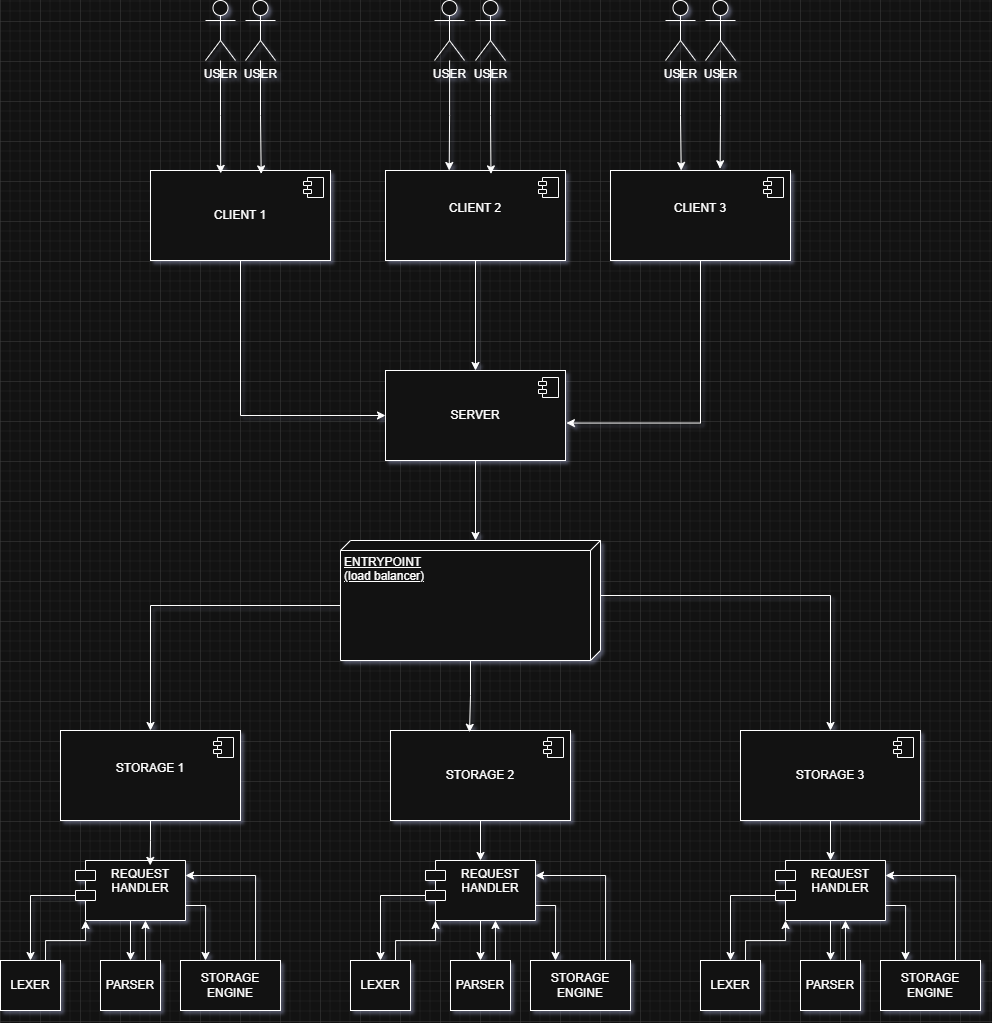
Before: docs/Архитектура.png, a diagram exported from draw.io (liptonMartin/mini_db). Source tidied: cells renumbered, new cells last; positions are measured from the earlier drawing's top-left corner, leaving out a move shared by most shapes.
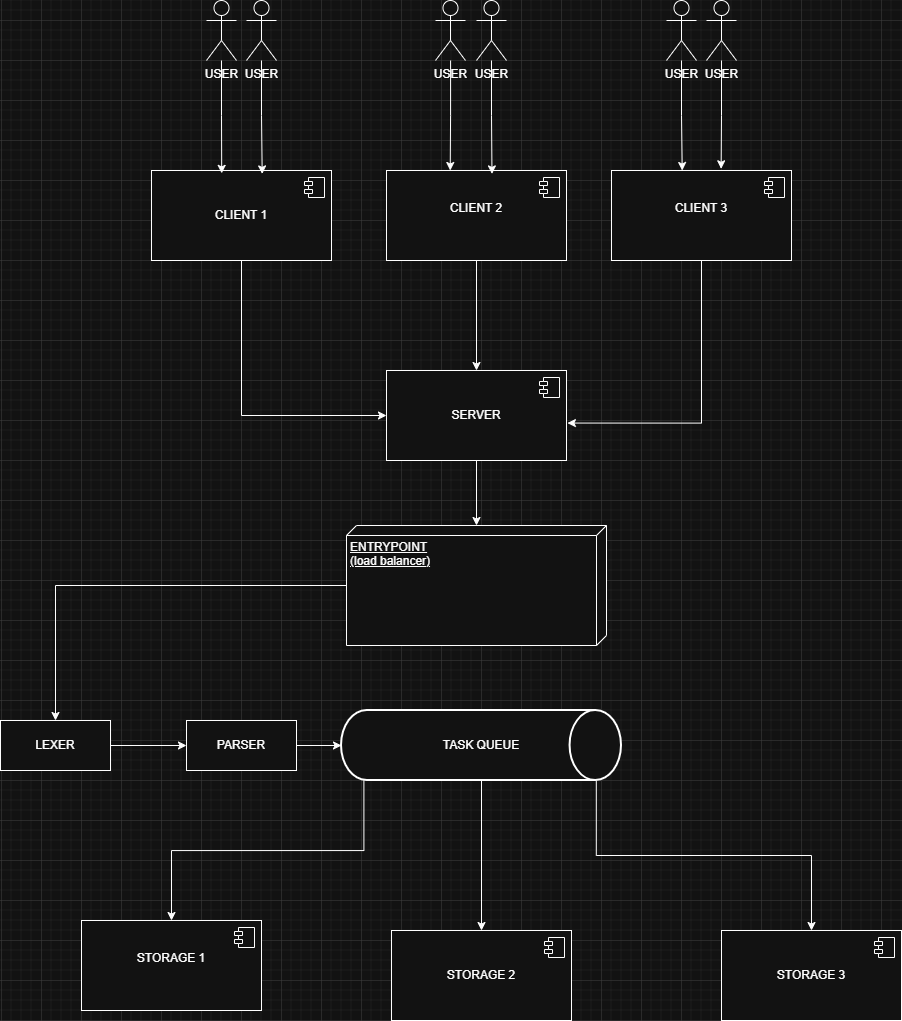
The same diagram one commit later.

The edit, as a diff of the source:
```diff
@@ -68,6 +68,9 @@
     <mxCell id="21" style="edgeStyle=orthogonalEdgeStyle;rounded=0;jettySize=auto;html=1;entryX=0.609;entryY=-0.019;entryDx=0;entryDy=0;entryPerimeter=0;" parent="1" edge="1" source="2" target="14">
       <mxGeometry relative="1" as="geometry" />
     </mxCell>
+    <mxCell id="68" style="edgeStyle=orthogonalEdgeStyle;rounded=0;jettySize=auto;html=1;" parent="1" edge="1" source="22" target="27">
+      <mxGeometry relative="1" as="geometry" />
+    </mxCell>
     <mxCell id="22" value="SERVER" style="html=1;whiteSpace=wrap;" parent="1" vertex="1">
       <mxGeometry x="385" y="370" width="180" height="90" as="geometry" />
     </mxCell>
@@ -79,147 +82,59 @@
     <mxCell id="24" style="edgeStyle=orthogonalEdgeStyle;rounded=0;jettySize=auto;html=1;exitX=0.5;exitY=1;exitDx=0;exitDy=0;entryX=1.005;entryY=0.584;entryDx=0;entryDy=0;entryPerimeter=0;" parent="1" edge="1" source="14" target="22">
       <mxGeometry relative="1" as="geometry" />
     </mxCell>
-    <mxCell id="25" style="edgeStyle=orthogonalEdgeStyle;rounded=0;jettySize=auto;html=1;exitX=0;exitY=0;exitDx=65;exitDy=260;exitPerimeter=0;" parent="1" edge="1" source="27" target="28">
-      <mxGeometry relative="1" as="geometry" />
-    </mxCell>
-    <mxCell id="26" style="edgeStyle=orthogonalEdgeStyle;rounded=0;jettySize=auto;html=1;exitX=0;exitY=0;exitDx=55;exitDy=0;exitPerimeter=0;" parent="1" edge="1" source="27" target="34">
-      <mxGeometry relative="1" as="geometry" />
-    </mxCell>
+    <mxCell id="69" style="edgeStyle=orthogonalEdgeStyle;rounded=0;jettySize=auto;html=1;entryX=0.5;entryY=0;entryDx=0;entryDy=0;" parent="1" edge="1" source="27" target="71">
+      <mxGeometry relative="1" as="geometry" />
+    </mxCell>
     <mxCell id="27" value="ENTRYPOINT&lt;div&gt;(load balancer)&lt;/div&gt;" style="verticalAlign=top;align=left;spacingTop=8;spacingLeft=2;spacingRight=12;shape=cube;size=10;direction=south;fontStyle=4;html=1;whiteSpace=wrap;" parent="1" vertex="1">
-      <mxGeometry x="340" y="540" width="260" height="120" as="geometry" />
+      <mxGeometry x="345" y="525" width="260" height="120" as="geometry" />
     </mxCell>
     <mxCell id="28" value="STORAGE 1&lt;div&gt;&lt;br&gt;&lt;/div&gt;" style="html=1;whiteSpace=wrap;" parent="1" vertex="1">
-      <mxGeometry x="60" y="730" width="180" height="90" as="geometry" />
+      <mxGeometry x="80" y="920" width="180" height="90" as="geometry" />
     </mxCell>
     <mxCell id="29" style="shape=module;jettyWidth=8;jettyHeight=4;" parent="28" vertex="1">
       <mxGeometry x="1" width="20" height="20" relative="1" as="geometry">
         <mxPoint x="-27" y="7" as="offset" />
       </mxGeometry>
     </mxCell>
-    <mxCell id="30" style="edgeStyle=orthogonalEdgeStyle;rounded=0;jettySize=auto;html=1;" parent="1" edge="1" source="31" target="50">
-      <mxGeometry relative="1" as="geometry" />
-    </mxCell>
     <mxCell id="31" value="STORAGE 2" style="html=1;whiteSpace=wrap;" parent="1" vertex="1">
-      <mxGeometry x="390" y="730" width="180" height="90" as="geometry" />
+      <mxGeometry x="390" y="930" width="180" height="90" as="geometry" />
     </mxCell>
     <mxCell id="32" style="shape=module;jettyWidth=8;jettyHeight=4;" parent="31" vertex="1">
       <mxGeometry x="1" width="20" height="20" relative="1" as="geometry">
         <mxPoint x="-27" y="7" as="offset" />
       </mxGeometry>
     </mxCell>
-    <mxCell id="33" style="edgeStyle=orthogonalEdgeStyle;rounded=0;jettySize=auto;html=1;" parent="1" edge="1" source="34" target="60">
-      <mxGeometry relative="1" as="geometry" />
-    </mxCell>
     <mxCell id="34" value="STORAGE 3" style="html=1;whiteSpace=wrap;" parent="1" vertex="1">
-      <mxGeometry x="740" y="730" width="180" height="90" as="geometry" />
+      <mxGeometry x="720" y="930" width="180" height="90" as="geometry" />
     </mxCell>
     <mxCell id="35" style="shape=module;jettyWidth=8;jettyHeight=4;" parent="34" vertex="1">
       <mxGeometry x="1" width="20" height="20" relative="1" as="geometry">
         <mxPoint x="-27" y="7" as="offset" />
       </mxGeometry>
     </mxCell>
-    <mxCell id="36" style="edgeStyle=orthogonalEdgeStyle;rounded=0;jettySize=auto;html=1;exitX=0;exitY=0;exitDx=0;exitDy=35;exitPerimeter=0;entryX=0.5;entryY=0;entryDx=0;entryDy=0;" parent="1" edge="1" source="39" target="40">
-      <mxGeometry relative="1" as="geometry" />
-    </mxCell>
-    <mxCell id="37" style="edgeStyle=orthogonalEdgeStyle;rounded=0;jettySize=auto;html=1;exitX=0.5;exitY=1;exitDx=0;exitDy=0;entryX=0.5;entryY=0;entryDx=0;entryDy=0;" parent="1" edge="1" source="39" target="41">
-      <mxGeometry relative="1" as="geometry" />
-    </mxCell>
-    <mxCell id="38" style="edgeStyle=orthogonalEdgeStyle;rounded=0;jettySize=auto;html=1;exitX=1;exitY=0.75;exitDx=0;exitDy=0;entryX=0.25;entryY=0;entryDx=0;entryDy=0;" parent="1" edge="1" source="39" target="43">
-      <mxGeometry relative="1" as="geometry" />
-    </mxCell>
-    <mxCell id="39" value="REQUEST HANDLER" style="shape=module;align=left;spacingLeft=20;align=center;verticalAlign=top;whiteSpace=wrap;html=1;" parent="1" vertex="1">
-      <mxGeometry x="75" y="860" width="110" height="60" as="geometry" />
-    </mxCell>
-    <mxCell id="40" value="LEXER" style="html=1;whiteSpace=wrap;" parent="1" vertex="1">
-      <mxGeometry y="960" width="60" height="50" as="geometry" />
-    </mxCell>
-    <mxCell id="41" value="PARSER" style="html=1;whiteSpace=wrap;" parent="1" vertex="1">
-      <mxGeometry x="100" y="960" width="60" height="50" as="geometry" />
-    </mxCell>
-    <mxCell id="42" style="edgeStyle=orthogonalEdgeStyle;rounded=0;jettySize=auto;html=1;exitX=0.75;exitY=0;exitDx=0;exitDy=0;entryX=1;entryY=0.25;entryDx=0;entryDy=0;" parent="1" edge="1" source="43" target="39">
-      <mxGeometry relative="1" as="geometry">
-        <Array as="points">
-          <mxPoint x="255" y="875" />
-        </Array>
-      </mxGeometry>
-    </mxCell>
-    <mxCell id="43" value="STORAGE ENGINE" style="html=1;whiteSpace=wrap;" parent="1" vertex="1">
-      <mxGeometry x="180" y="960" width="100" height="50" as="geometry" />
-    </mxCell>
-    <mxCell id="44" style="edgeStyle=orthogonalEdgeStyle;rounded=0;jettySize=auto;html=1;exitX=0.75;exitY=0;exitDx=0;exitDy=0;entryX=0;entryY=1;entryDx=10;entryDy=0;entryPerimeter=0;" parent="1" edge="1" source="40" target="39">
-      <mxGeometry relative="1" as="geometry" />
-    </mxCell>
-    <mxCell id="45" style="edgeStyle=orthogonalEdgeStyle;rounded=0;jettySize=auto;html=1;exitX=0.75;exitY=0;exitDx=0;exitDy=0;entryX=0.636;entryY=1;entryDx=0;entryDy=0;entryPerimeter=0;" parent="1" edge="1" source="41" target="39">
-      <mxGeometry relative="1" as="geometry" />
-    </mxCell>
-    <mxCell id="46" style="edgeStyle=orthogonalEdgeStyle;rounded=0;jettySize=auto;html=1;exitX=0.5;exitY=1;exitDx=0;exitDy=0;entryX=0.679;entryY=0.081;entryDx=0;entryDy=0;entryPerimeter=0;" parent="1" edge="1" source="28" target="39">
-      <mxGeometry relative="1" as="geometry" />
-    </mxCell>
-    <mxCell id="47" style="edgeStyle=orthogonalEdgeStyle;rounded=0;jettySize=auto;html=1;exitX=0;exitY=0;exitDx=0;exitDy=35;exitPerimeter=0;entryX=0.5;entryY=0;entryDx=0;entryDy=0;" parent="1" edge="1" source="50" target="51">
-      <mxGeometry relative="1" as="geometry" />
-    </mxCell>
-    <mxCell id="48" style="edgeStyle=orthogonalEdgeStyle;rounded=0;jettySize=auto;html=1;exitX=0.5;exitY=1;exitDx=0;exitDy=0;entryX=0.5;entryY=0;entryDx=0;entryDy=0;" parent="1" edge="1" source="50" target="52">
-      <mxGeometry relative="1" as="geometry" />
-    </mxCell>
-    <mxCell id="49" style="edgeStyle=orthogonalEdgeStyle;rounded=0;jettySize=auto;html=1;exitX=1;exitY=0.75;exitDx=0;exitDy=0;entryX=0.25;entryY=0;entryDx=0;entryDy=0;" parent="1" edge="1" source="50" target="54">
-      <mxGeometry relative="1" as="geometry" />
-    </mxCell>
-    <mxCell id="50" value="REQUEST HANDLER" style="shape=module;align=left;spacingLeft=20;align=center;verticalAlign=top;whiteSpace=wrap;html=1;" parent="1" vertex="1">
-      <mxGeometry x="425" y="860" width="110" height="60" as="geometry" />
-    </mxCell>
-    <mxCell id="51" value="LEXER" style="html=1;whiteSpace=wrap;" parent="1" vertex="1">
-      <mxGeometry x="350" y="960" width="60" height="50" as="geometry" />
-    </mxCell>
-    <mxCell id="52" value="PARSER" style="html=1;whiteSpace=wrap;" parent="1" vertex="1">
-      <mxGeometry x="450" y="960" width="60" height="50" as="geometry" />
-    </mxCell>
-    <mxCell id="53" style="edgeStyle=orthogonalEdgeStyle;rounded=0;jettySize=auto;html=1;exitX=0.75;exitY=0;exitDx=0;exitDy=0;entryX=1;entryY=0.25;entryDx=0;entryDy=0;" parent="1" edge="1" source="54" target="50">
-      <mxGeometry relative="1" as="geometry" />
-    </mxCell>
-    <mxCell id="54" value="STORAGE ENGINE" style="html=1;whiteSpace=wrap;" parent="1" vertex="1">
-      <mxGeometry x="530" y="960" width="100" height="50" as="geometry" />
-    </mxCell>
-    <mxCell id="55" style="edgeStyle=orthogonalEdgeStyle;rounded=0;jettySize=auto;html=1;exitX=0.75;exitY=0;exitDx=0;exitDy=0;entryX=0;entryY=1;entryDx=10;entryDy=0;entryPerimeter=0;" parent="1" edge="1" source="51" target="50">
-      <mxGeometry relative="1" as="geometry" />
-    </mxCell>
-    <mxCell id="56" style="edgeStyle=orthogonalEdgeStyle;rounded=0;jettySize=auto;html=1;exitX=0.75;exitY=0;exitDx=0;exitDy=0;entryX=0.636;entryY=1;entryDx=0;entryDy=0;entryPerimeter=0;" parent="1" edge="1" source="52" target="50">
-      <mxGeometry relative="1" as="geometry" />
-    </mxCell>
-    <mxCell id="57" style="edgeStyle=orthogonalEdgeStyle;rounded=0;jettySize=auto;html=1;exitX=0;exitY=0;exitDx=0;exitDy=35;exitPerimeter=0;entryX=0.5;entryY=0;entryDx=0;entryDy=0;" parent="1" edge="1" source="60" target="61">
-      <mxGeometry relative="1" as="geometry" />
-    </mxCell>
-    <mxCell id="58" style="edgeStyle=orthogonalEdgeStyle;rounded=0;jettySize=auto;html=1;exitX=0.5;exitY=1;exitDx=0;exitDy=0;entryX=0.5;entryY=0;entryDx=0;entryDy=0;" parent="1" edge="1" source="60" target="62">
-      <mxGeometry relative="1" as="geometry" />
-    </mxCell>
-    <mxCell id="59" style="edgeStyle=orthogonalEdgeStyle;rounded=0;jettySize=auto;html=1;exitX=1;exitY=0.75;exitDx=0;exitDy=0;entryX=0.25;entryY=0;entryDx=0;entryDy=0;" parent="1" edge="1" source="60" target="64">
-      <mxGeometry relative="1" as="geometry" />
-    </mxCell>
-    <mxCell id="60" value="REQUEST HANDLER" style="shape=module;align=left;spacingLeft=20;align=center;verticalAlign=top;whiteSpace=wrap;html=1;" parent="1" vertex="1">
-      <mxGeometry x="775" y="860" width="110" height="60" as="geometry" />
-    </mxCell>
-    <mxCell id="61" value="LEXER" style="html=1;whiteSpace=wrap;" parent="1" vertex="1">
-      <mxGeometry x="700" y="960" width="60" height="50" as="geometry" />
-    </mxCell>
-    <mxCell id="62" value="PARSER" style="html=1;whiteSpace=wrap;" parent="1" vertex="1">
-      <mxGeometry x="800" y="960" width="60" height="50" as="geometry" />
-    </mxCell>
-    <mxCell id="63" style="edgeStyle=orthogonalEdgeStyle;rounded=0;jettySize=auto;html=1;exitX=0.75;exitY=0;exitDx=0;exitDy=0;entryX=1;entryY=0.25;entryDx=0;entryDy=0;" parent="1" edge="1" source="64" target="60">
-      <mxGeometry relative="1" as="geometry" />
-    </mxCell>
-    <mxCell id="64" value="STORAGE ENGINE" style="html=1;whiteSpace=wrap;" parent="1" vertex="1">
-      <mxGeometry x="880" y="960" width="100" height="50" as="geometry" />
-    </mxCell>
-    <mxCell id="65" style="edgeStyle=orthogonalEdgeStyle;rounded=0;jettySize=auto;html=1;exitX=0.75;exitY=0;exitDx=0;exitDy=0;entryX=0;entryY=1;entryDx=10;entryDy=0;entryPerimeter=0;" parent="1" edge="1" source="61" target="60">
-      <mxGeometry relative="1" as="geometry" />
-    </mxCell>
-    <mxCell id="66" style="edgeStyle=orthogonalEdgeStyle;rounded=0;jettySize=auto;html=1;exitX=0.75;exitY=0;exitDx=0;exitDy=0;entryX=0.636;entryY=1;entryDx=0;entryDy=0;entryPerimeter=0;" parent="1" edge="1" source="62" target="60">
-      <mxGeometry relative="1" as="geometry" />
-    </mxCell>
-    <mxCell id="67" style="edgeStyle=orthogonalEdgeStyle;rounded=0;jettySize=auto;html=1;entryX=0.439;entryY=0.02;entryDx=0;entryDy=0;entryPerimeter=0;" parent="1" edge="1" source="27" target="31">
-      <mxGeometry relative="1" as="geometry" />
-    </mxCell>
-    <mxCell id="68" style="edgeStyle=orthogonalEdgeStyle;rounded=0;jettySize=auto;html=1;entryX=0;entryY=0;entryDx=0;entryDy=125;entryPerimeter=0;" parent="1" edge="1" source="22" target="27">
-      <mxGeometry relative="1" as="geometry" />
-    </mxCell>
+    <mxCell id="70" style="edgeStyle=orthogonalEdgeStyle;rounded=0;jettySize=auto;html=1;entryX=0;entryY=0.5;entryDx=0;entryDy=0;" parent="1" edge="1" source="71" target="72">
+      <mxGeometry relative="1" as="geometry" />
+    </mxCell>
+    <mxCell id="71" value="LEXER" style="html=1;whiteSpace=wrap;" parent="1" vertex="1">
+      <mxGeometry x="-1" y="720" width="110" height="50" as="geometry" />
+    </mxCell>
+    <mxCell id="72" value="PARSER" style="html=1;whiteSpace=wrap;" parent="1" vertex="1">
+      <mxGeometry x="185" y="720" width="110" height="50" as="geometry" />
+    </mxCell>
+    <mxCell id="73" style="edgeStyle=orthogonalEdgeStyle;rounded=0;jettySize=auto;html=1;exitX=0.08;exitY=1;exitDx=0;exitDy=0;exitPerimeter=0;" parent="1" edge="1" source="76" target="28">
+      <mxGeometry relative="1" as="geometry" />
+    </mxCell>
+    <mxCell id="74" style="edgeStyle=orthogonalEdgeStyle;rounded=0;jettySize=auto;html=1;entryX=0.5;entryY=0;entryDx=0;entryDy=0;" parent="1" edge="1" source="76" target="31">
+      <mxGeometry relative="1" as="geometry" />
+    </mxCell>
+    <mxCell id="75" style="edgeStyle=orthogonalEdgeStyle;rounded=0;jettySize=auto;html=1;exitX=0.91;exitY=1;exitDx=0;exitDy=0;exitPerimeter=0;entryX=0.5;entryY=0;entryDx=0;entryDy=0;" parent="1" edge="1" source="76" target="34">
+      <mxGeometry relative="1" as="geometry" />
+    </mxCell>
+    <mxCell id="76" value="TASK QUEUE" style="strokeWidth=2;html=1;shape=mxgraph.flowchart.direct_data;whiteSpace=wrap;" parent="1" vertex="1">
+      <mxGeometry x="340" y="710" width="280" height="70" as="geometry" />
+    </mxCell>
+    <mxCell id="77" style="edgeStyle=orthogonalEdgeStyle;rounded=0;jettySize=auto;html=1;exitX=1;exitY=0.5;exitDx=0;exitDy=0;entryX=0;entryY=0.5;entryDx=0;entryDy=0;entryPerimeter=0;" parent="1" edge="1" source="72" target="76">
+      <mxGeometry relative="1" as="geometry" />
+    </mxCell>
   </root>
 </mxGraphModel>
```
